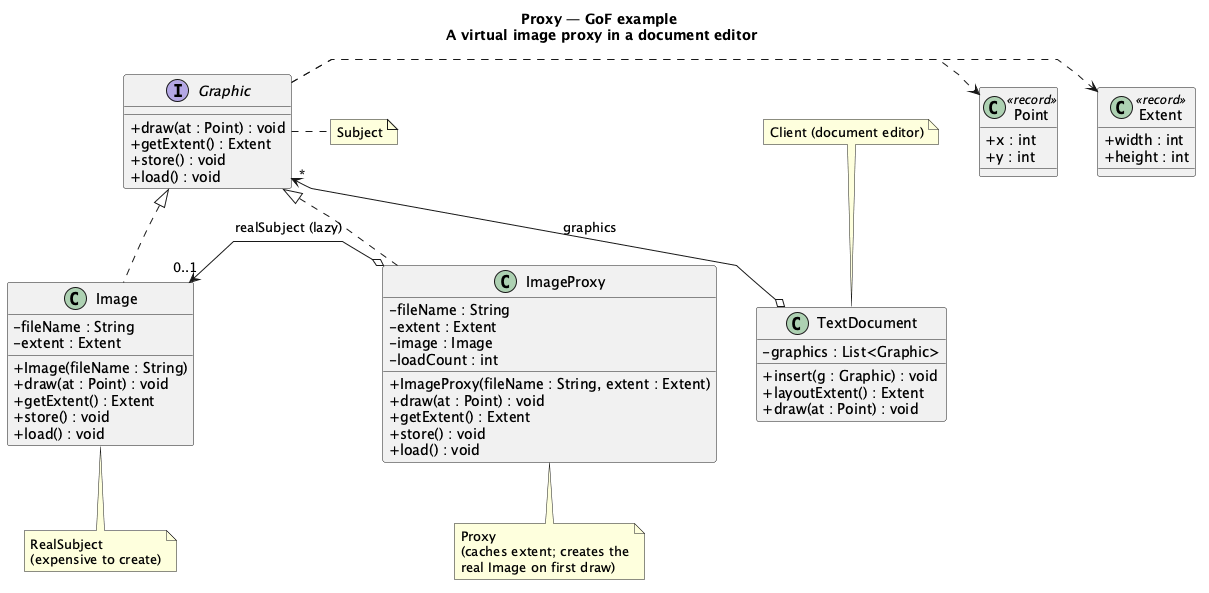
kaldiroglu/DesignPatternsWithJava keeps this PlantUML diagram as src/main/java/dev/kaldiroglu/dp/structural/proxy/gof/uml/Proxy-GoF.png. Above is the earlier version.
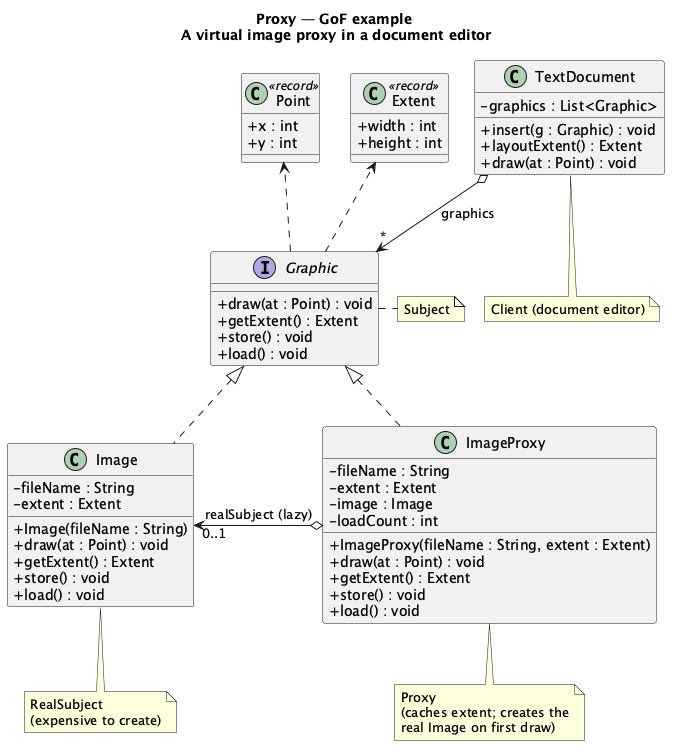
Above is the later version.

Change to the diagram source:
```diff
@@ -1,5 +1,5 @@
 @startuml
-skinparam nodesep 40
+skinparam nodesep 20
 skinparam class {
   BackgroundColor<<spacer>> transparent
   BorderColor<<spacer>> transparent
@@ -49,7 +49,7 @@
   + layoutExtent() : Extent
   + draw(at : Point) : void
 }
-note top of TextDocument : Client (document editor)
+note bottom of TextDocument : Client (document editor)
 
 class Point <<record>> {
   + x : int
@@ -65,13 +65,8 @@
 Graphic <|.. ImageProxy
 
 ImageProxy o-[norank]-> "0..1" Image : realSubject (lazy)
-TextDocument o-[norank]-> "*" Graphic : graphics
+TextDocument o--> "*" Graphic : graphics
 Graphic .[norank].> Point
 Graphic .[norank].> Extent
-Graphic -[hidden]- Image
-Graphic -[hidden]- ImageProxy
-class " " as Spacer51 <<spacer>>
-Graphic -[hidden]- Spacer51
-Image -[hidden]right- Spacer51
-Spacer51 -[hidden]right- ImageProxy
+
 @enduml
```
